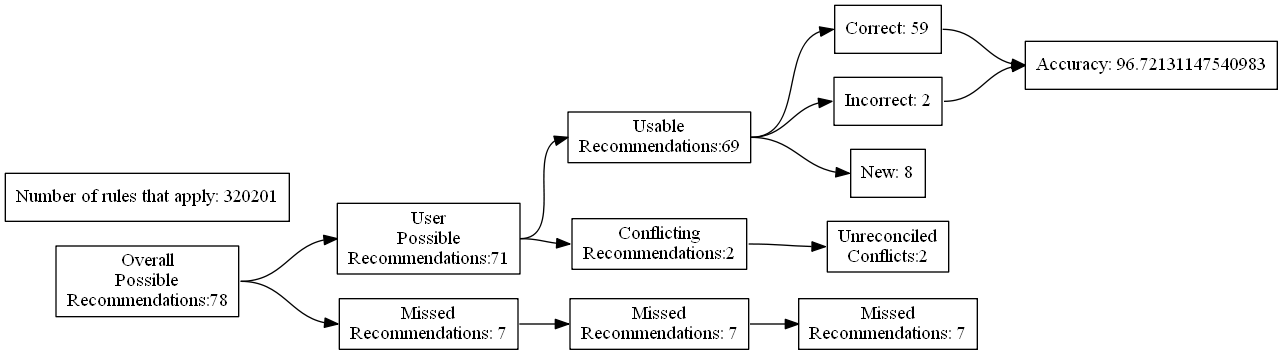
Before: test_renders/5.gv.png, a diagram exported from Graphviz (ZaxR/ibd_diet_analysis). Its source is kept beside it as test_renders/5.gv.
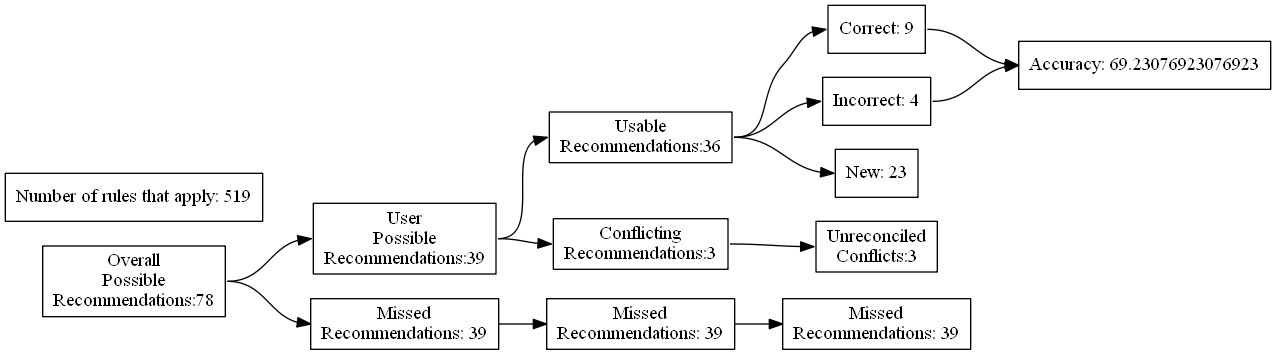
Above is the later version.

The edit, as a diff of the source:
```diff
@@ -7,24 +7,24 @@
 Recommendations:78"]
 		B [label="User
 Possible
-Recommendations:71"]
+Recommendations:39"]
 		C [label="Missed
-Recommendations: 7"]
+Recommendations: 39"]
 		D [label="Usable
-Recommendations:69"]
+Recommendations:36"]
 		E [label="Conflicting
-Recommendations:2"]
+Recommendations:3"]
 		J [label="Missed
-Recommendations: 7"]
+Recommendations: 39"]
 		M [label="Unreconciled
-Conflicts:2"]
-		F [label="Correct: 59"]
-		G [label="Incorrect: 2"]
-		H [label="New: 8"]
+Conflicts:3"]
+		F [label="Correct: 9"]
+		G [label="Incorrect: 4"]
+		H [label="New: 23"]
 		K [label="Missed
-Recommendations: 7"]
-		I [label="Accuracy: 96.72131147540983"]
-		l [label="Number of rules that apply: 320201"]
+Recommendations: 39"]
+		I [label="Accuracy: 69.23076923076923"]
+		l [label="Number of rules that apply: 519"]
 			A -> B
 			A -> C
 			B -> D
```
